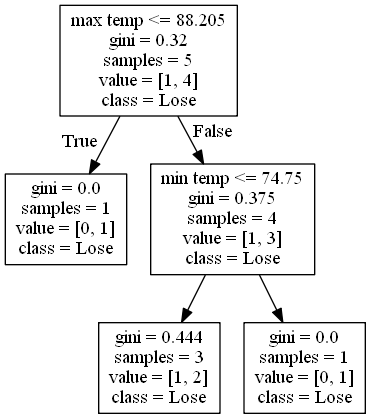
Above: DecisionTrees/Pac-12decision_tree_no_score_or_attendance15.png in alexana-steck/CSE482Project (Graphviz), before the change. Its source is kept beside it as DecisionTrees/Pac-12decision_tree_no_score_or_attendance15.dot.
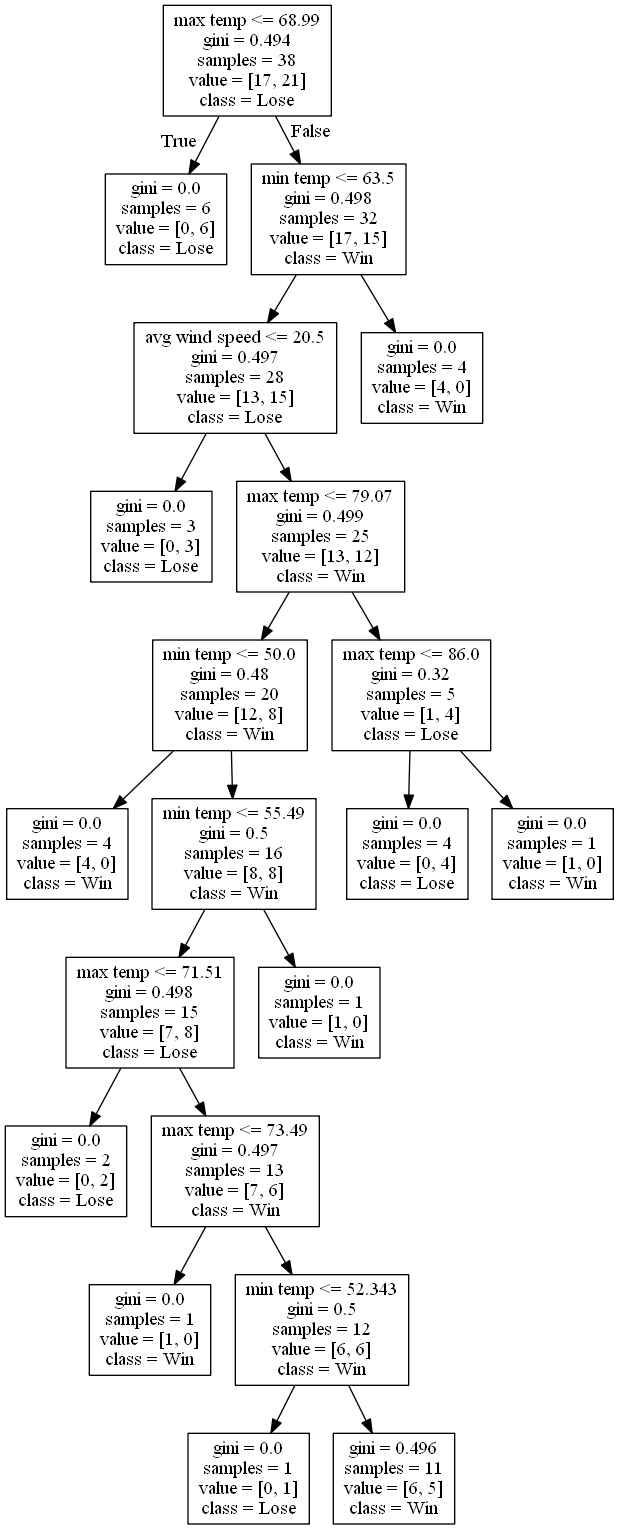
Later version of the same file.

Change to the diagram source:
```diff
@@ -1,12 +1,44 @@
 digraph Tree {
 node [shape=box] ;
-0 [label="max temp <= 88.205\ngini = 0.32\nsamples = 5\nvalue = [1, 4]\nclass = Lose"] ;
-1 [label="gini = 0.0\nsamples = 1\nvalue = [0, 1]\nclass = Lose"] ;
+0 [label="max temp <= 68.99\ngini = 0.494\nsamples = 38\nvalue = [17, 21]\nclass = Lose"] ;
+1 [label="gini = 0.0\nsamples = 6\nvalue = [0, 6]\nclass = Lose"] ;
 0 -> 1 [labeldistance=2.5, labelangle=45, headlabel="True"] ;
-2 [label="min temp <= 74.75\ngini = 0.375\nsamples = 4\nvalue = [1, 3]\nclass = Lose"] ;
+2 [label="min temp <= 63.5\ngini = 0.498\nsamples = 32\nvalue = [17, 15]\nclass = Win"] ;
 0 -> 2 [labeldistance=2.5, labelangle=-45, headlabel="False"] ;
-3 [label="gini = 0.444\nsamples = 3\nvalue = [1, 2]\nclass = Lose"] ;
+3 [label="avg wind speed <= 20.5\ngini = 0.497\nsamples = 28\nvalue = [13, 15]\nclass = Lose"] ;
 2 -> 3 ;
-4 [label="gini = 0.0\nsamples = 1\nvalue = [0, 1]\nclass = Lose"] ;
-2 -> 4 ;
+4 [label="gini = 0.0\nsamples = 3\nvalue = [0, 3]\nclass = Lose"] ;
+3 -> 4 ;
+5 [label="max temp <= 79.07\ngini = 0.499\nsamples = 25\nvalue = [13, 12]\nclass = Win"] ;
+3 -> 5 ;
+6 [label="min temp <= 50.0\ngini = 0.48\nsamples = 20\nvalue = [12, 8]\nclass = Win"] ;
+5 -> 6 ;
+7 [label="gini = 0.0\nsamples = 4\nvalue = [4, 0]\nclass = Win"] ;
+6 -> 7 ;
+8 [label="min temp <= 55.49\ngini = 0.5\nsamples = 16\nvalue = [8, 8]\nclass = Win"] ;
+6 -> 8 ;
+9 [label="max temp <= 71.51\ngini = 0.498\nsamples = 15\nvalue = [7, 8]\nclass = Lose"] ;
+8 -> 9 ;
+10 [label="gini = 0.0\nsamples = 2\nvalue = [0, 2]\nclass = Lose"] ;
+9 -> 10 ;
+11 [label="max temp <= 73.49\ngini = 0.497\nsamples = 13\nvalue = [7, 6]\nclass = Win"] ;
+9 -> 11 ;
+12 [label="gini = 0.0\nsamples = 1\nvalue = [1, 0]\nclass = Win"] ;
+11 -> 12 ;
+13 [label="min temp <= 52.343\ngini = 0.5\nsamples = 12\nvalue = [6, 6]\nclass = Win"] ;
+11 -> 13 ;
+14 [label="gini = 0.0\nsamples = 1\nvalue = [0, 1]\nclass = Lose"] ;
+13 -> 14 ;
+15 [label="gini = 0.496\nsamples = 11\nvalue = [6, 5]\nclass = Win"] ;
+13 -> 15 ;
+16 [label="gini = 0.0\nsamples = 1\nvalue = [1, 0]\nclass = Win"] ;
+8 -> 16 ;
+17 [label="max temp <= 86.0\ngini = 0.32\nsamples = 5\nvalue = [1, 4]\nclass = Lose"] ;
+5 -> 17 ;
+18 [label="gini = 0.0\nsamples = 4\nvalue = [0, 4]\nclass = Lose"] ;
+17 -> 18 ;
+19 [label="gini = 0.0\nsamples = 1\nvalue = [1, 0]\nclass = Win"] ;
+17 -> 19 ;
+20 [label="gini = 0.0\nsamples = 4\nvalue = [4, 0]\nclass = Win"] ;
+2 -> 20 ;
 }
```
